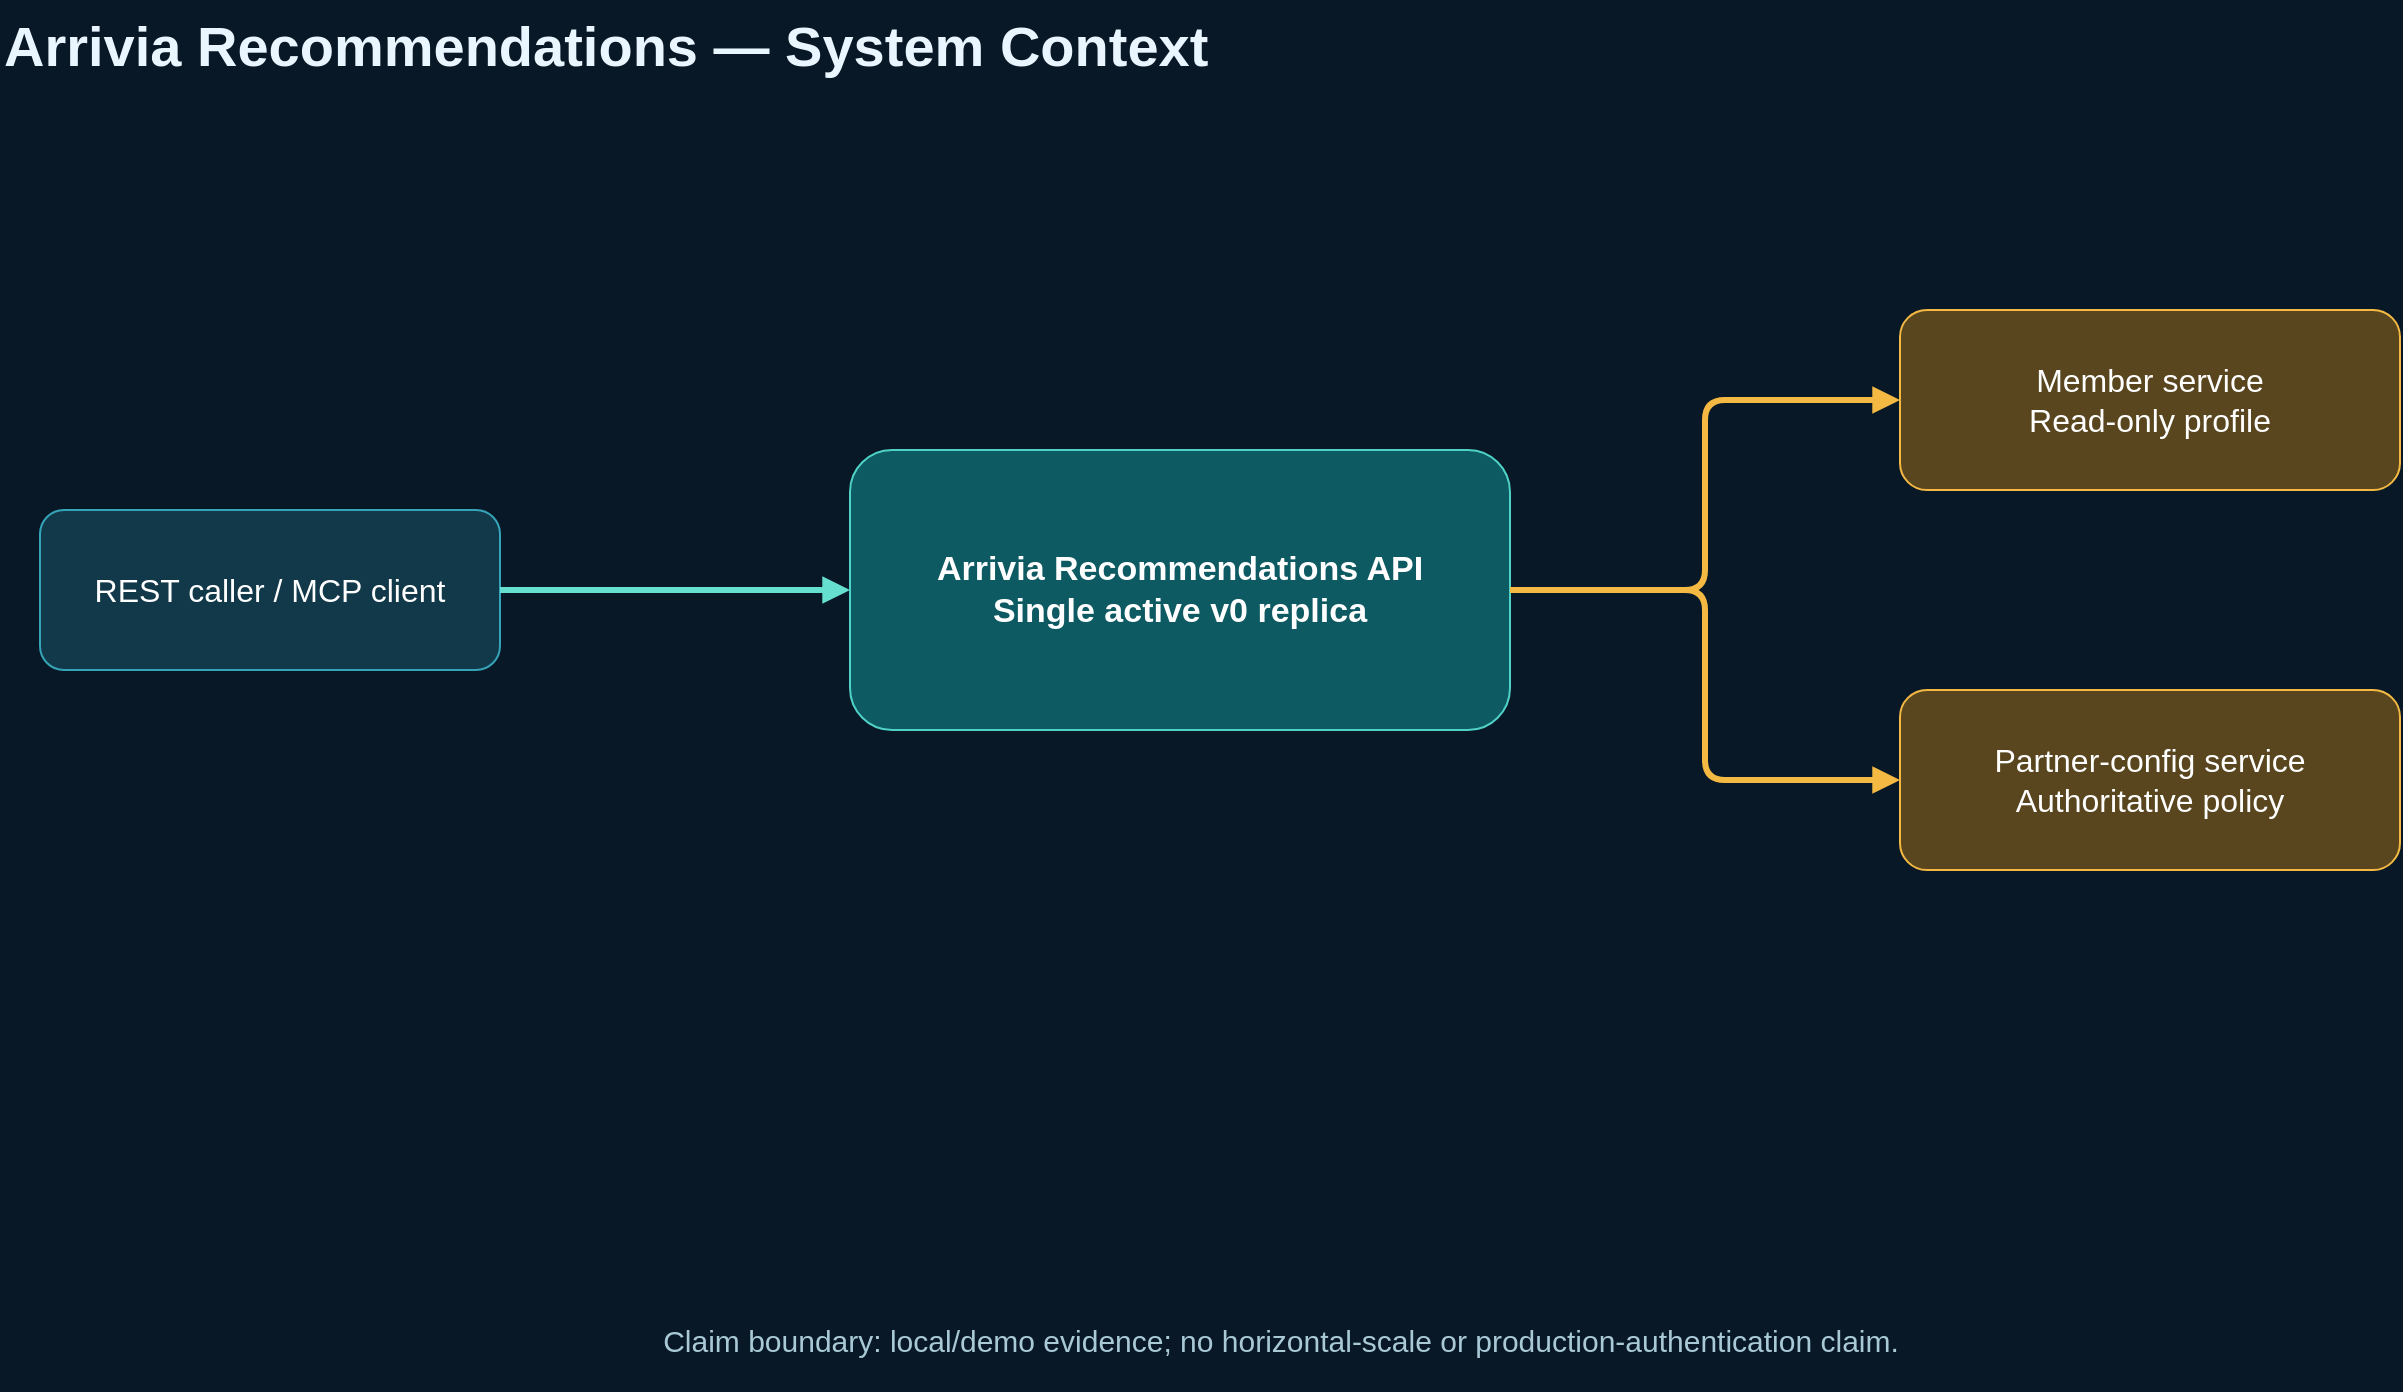
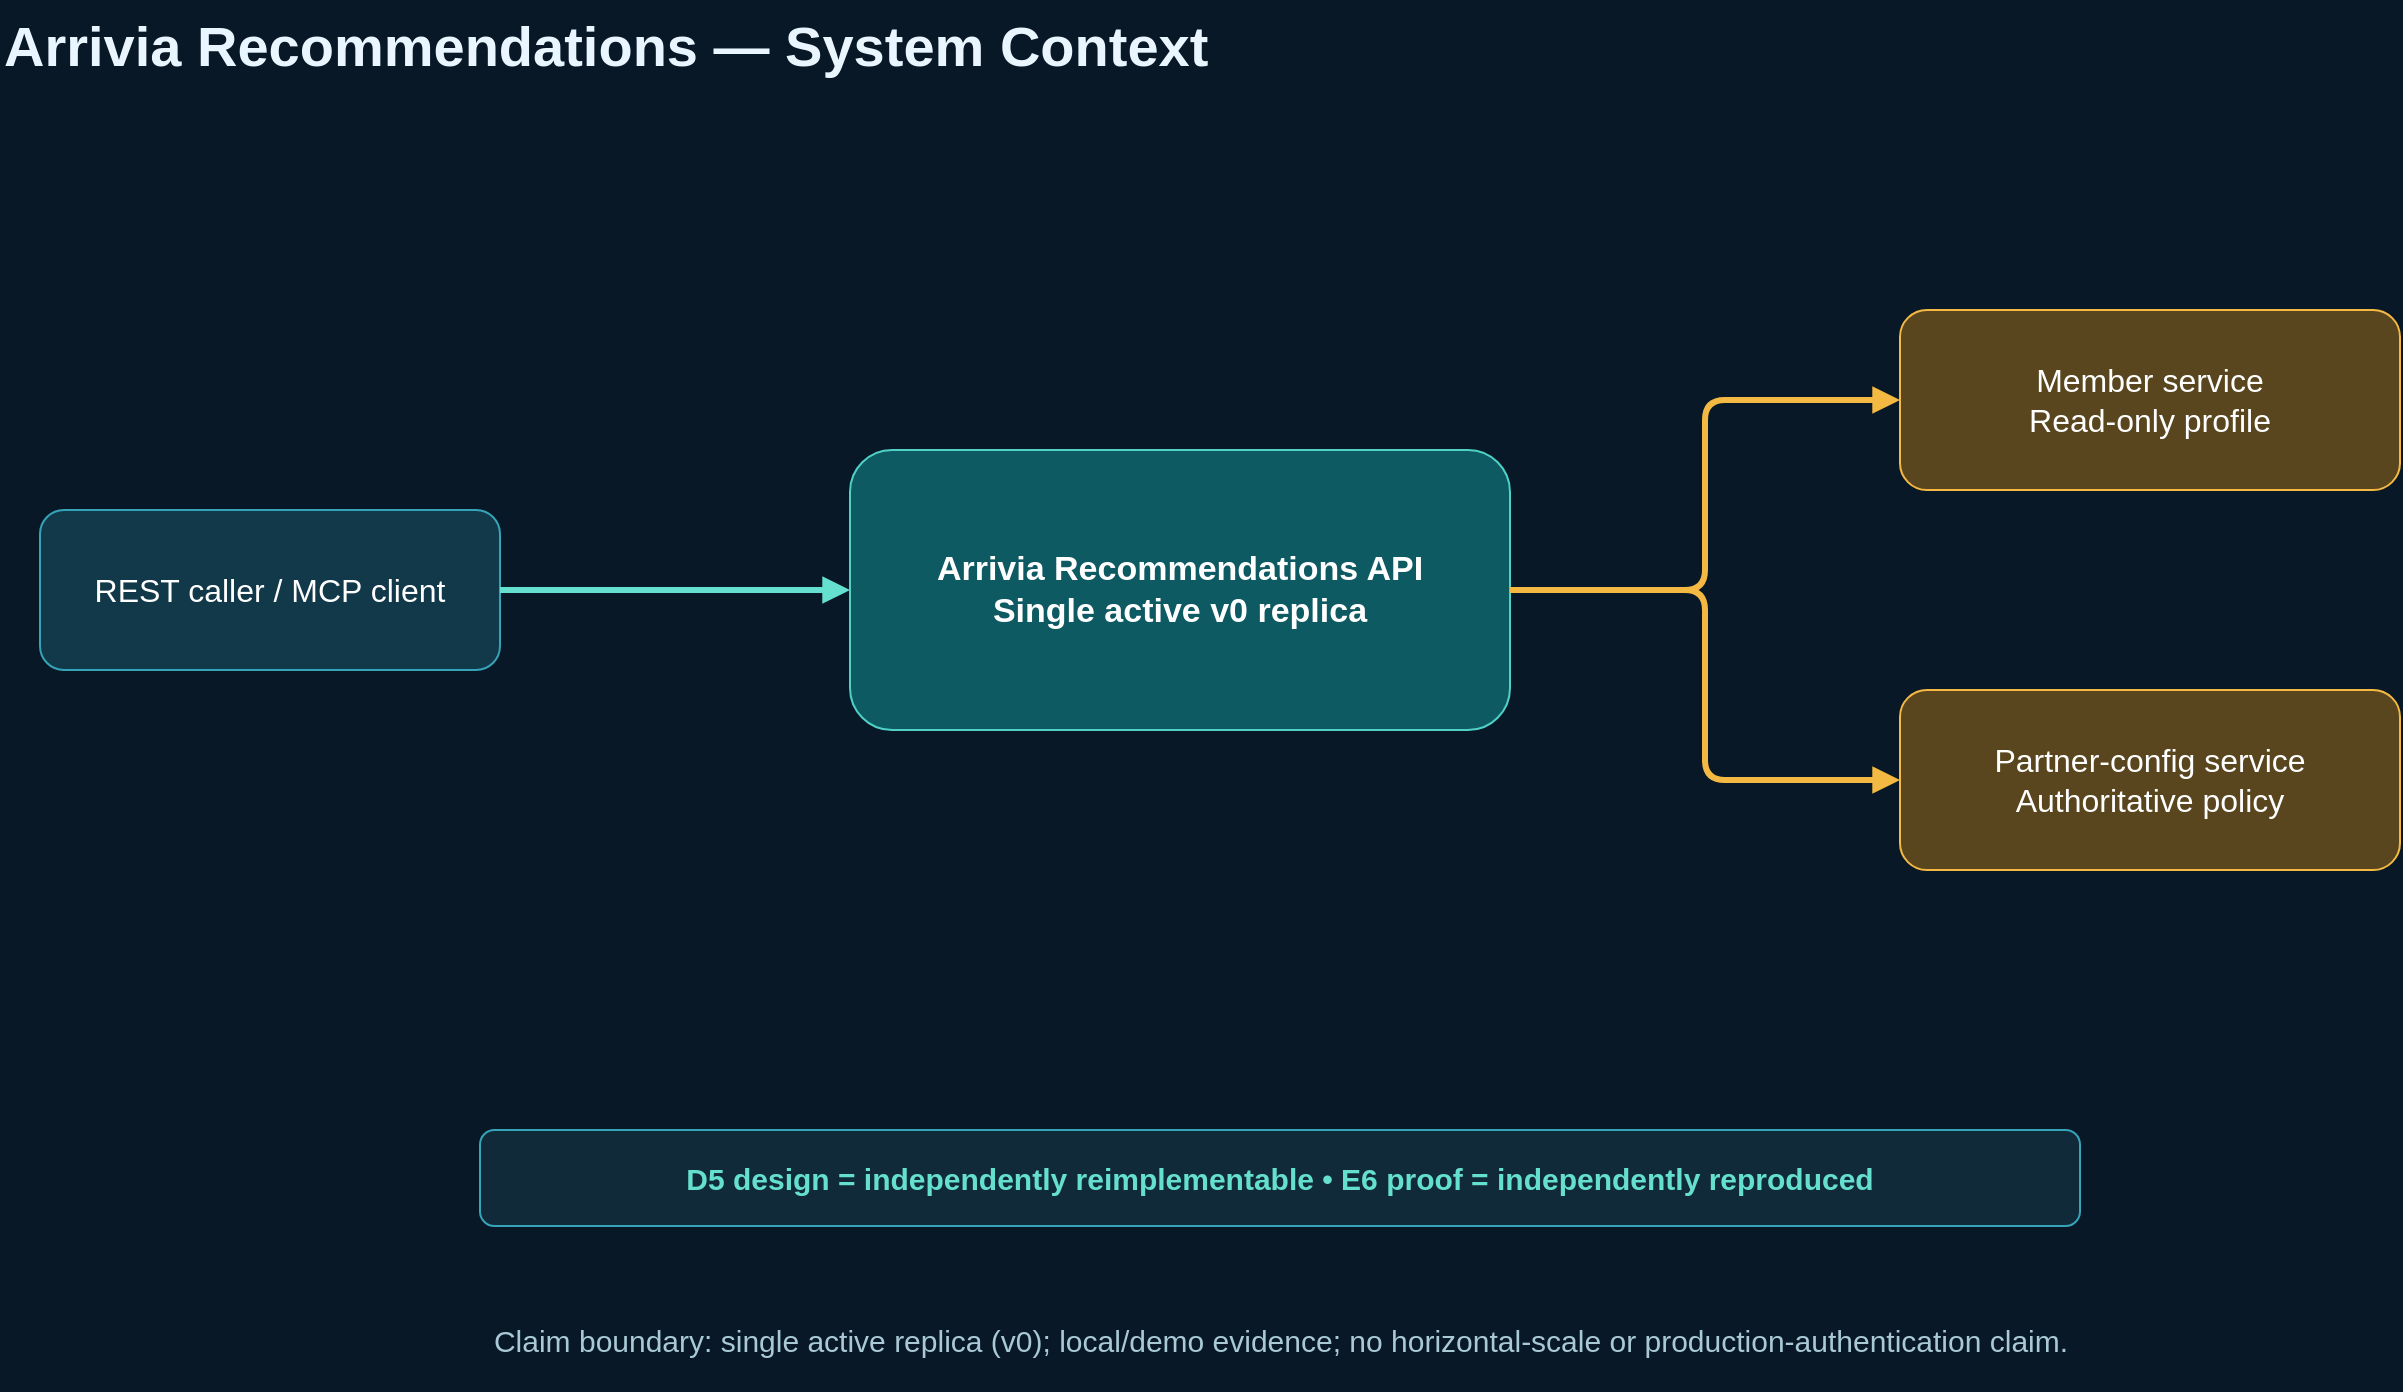
<mxfile host="app.diagrams.net" modified="2026-07-16T00:00:00.000Z" agent="Codex" version="24.7.17" type="device">
  <diagram id="context" name="1 - System Context">
    <mxGraphModel dx="1400" dy="800" grid="1" gridSize="10" page="1" pageWidth="1400" pageHeight="800" background="#081827">
      <root><mxCell id="0"/><mxCell id="1" parent="0"/>
        <mxCell id="t" value="Arrivia Recommendations — System Context" style="text;html=1;strokeColor=none;fillColor=none;fontSize=28;fontStyle=1;fontColor=#EAF6FF;" vertex="1" parent="1"><mxGeometry x="60" y="35" width="900" height="50" as="geometry"/></mxCell>
        <mxCell id="caller" value="REST caller / MCP client" style="rounded=1;whiteSpace=wrap;html=1;fillColor=#12394A;strokeColor=#36A4B8;fontColor=#FFFFFF;fontSize=16;" vertex="1" parent="1"><mxGeometry x="80" y="290" width="230" height="80" as="geometry"/></mxCell>
        <mxCell id="service" value="Arrivia Recommendations API&#xa;Single active v0 replica" style="rounded=1;whiteSpace=wrap;html=1;fillColor=#0E5A62;strokeColor=#4FD1C5;fontColor=#FFFFFF;fontSize=17;fontStyle=1;" vertex="1" parent="1"><mxGeometry x="485" y="260" width="330" height="140" as="geometry"/></mxCell>
        <mxCell id="member" value="Member service&#xa;Read-only profile" style="rounded=1;whiteSpace=wrap;html=1;fillColor=#59461E;strokeColor=#F3B943;fontColor=#FFFFFF;fontSize=16;" vertex="1" parent="1"><mxGeometry x="1010" y="190" width="250" height="90" as="geometry"/></mxCell>
        <mxCell id="partner" value="Partner-config service&#xa;Authoritative policy" style="rounded=1;whiteSpace=wrap;html=1;fillColor=#59461E;strokeColor=#F3B943;fontColor=#FFFFFF;fontSize=16;" vertex="1" parent="1"><mxGeometry x="1010" y="380" width="250" height="90" as="geometry"/></mxCell>
        <mxCell id="e1" style="edgeStyle=orthogonalEdgeStyle;html=1;strokeColor=#65E0D0;strokeWidth=3;endArrow=block;" edge="1" parent="1" source="caller" target="service"><mxGeometry relative="1" as="geometry"/></mxCell>
        <mxCell id="e2" style="edgeStyle=orthogonalEdgeStyle;html=1;strokeColor=#F3B943;strokeWidth=3;endArrow=block;" edge="1" parent="1" source="service" target="member"><mxGeometry relative="1" as="geometry"/></mxCell>
        <mxCell id="e3" style="edgeStyle=orthogonalEdgeStyle;html=1;strokeColor=#F3B943;strokeWidth=3;endArrow=block;" edge="1" parent="1" source="service" target="partner"><mxGeometry relative="1" as="geometry"/></mxCell>
-         <mxCell id="f" value="Claim boundary: local/demo evidence; no horizontal-scale or production-authentication claim." style="text;html=1;strokeColor=none;fillColor=none;fontSize=15;fontColor=#A9C9D6;align=center;" vertex="1" parent="1"><mxGeometry x="250" y="690" width="900" height="40" as="geometry"/></mxCell>
+         <mxCell id="legend" value="D5 design = independently reimplementable  •  E6 proof = independently reproduced" style="rounded=1;whiteSpace=wrap;html=1;fillColor=#102A3A;strokeColor=#36A4B8;fontColor=#65E0D0;fontSize=15;fontStyle=1;align=center;" vertex="1" parent="1"><mxGeometry x="300" y="600" width="800" height="48" as="geometry"/></mxCell>
+         <mxCell id="f" value="Claim boundary: single active replica (v0); local/demo evidence; no horizontal-scale or production-authentication claim." style="text;html=1;strokeColor=none;fillColor=none;fontSize=15;fontColor=#A9C9D6;align=center;" vertex="1" parent="1"><mxGeometry x="200" y="690" width="1000" height="40" as="geometry"/></mxCell>
      </root>
    </mxGraphModel>
  </diagram>
  <diagram id="components" name="2 - Components">
    <mxGraphModel dx="1400" dy="800" grid="1" gridSize="10" page="1" pageWidth="1400" pageHeight="800" background="#081827"><root><mxCell id="0"/><mxCell id="1" parent="0"/>
      <mxCell id="t" value="REST and MCP Converge on One Policy Engine" style="text;html=1;strokeColor=none;fillColor=none;fontSize=28;fontStyle=1;fontColor=#EAF6FF;" vertex="1" parent="1"><mxGeometry x="60" y="35" width="1000" height="50" as="geometry"/></mxCell>
      <mxCell id="rest" value="FastAPI&#xa;POST /v1/recommendations" style="rounded=1;whiteSpace=wrap;html=1;fillColor=#12394A;strokeColor=#36A4B8;fontColor=#FFFFFF;fontSize=15;" vertex="1" parent="1"><mxGeometry x="80" y="170" width="270" height="90" as="geometry"/></mxCell>
      <mxCell id="mcp" value="MCP stdio&#xa;get_travel_recommendations" style="rounded=1;whiteSpace=wrap;html=1;fillColor=#12394A;strokeColor=#36A4B8;fontColor=#FFFFFF;fontSize=15;" vertex="1" parent="1"><mxGeometry x="80" y="420" width="270" height="90" as="geometry"/></mxCell>
      <mxCell id="core" value="RecommendationService&#xa;Candidates • exclusions • caps • audit" style="rounded=1;whiteSpace=wrap;html=1;fillColor=#0E5A62;strokeColor=#4FD1C5;fontColor=#FFFFFF;fontSize=17;fontStyle=1;" vertex="1" parent="1"><mxGeometry x="500" y="270" width="360" height="150" as="geometry"/></mxCell>
      <mxCell id="up" value="Guarded upstream clients&#xa;Timeouts • circuit breakers" style="rounded=1;whiteSpace=wrap;html=1;fillColor=#59461E;strokeColor=#F3B943;fontColor=#FFFFFF;fontSize=15;" vertex="1" parent="1"><mxGeometry x="1030" y="180" width="270" height="100" as="geometry"/></mxCell>
      <mxCell id="db" value="SQLite session budget&#xa;BEGIN IMMEDIATE" style="rounded=1;whiteSpace=wrap;html=1;fillColor=#0A696D;strokeColor=#65E0D0;fontColor=#FFFFFF;fontSize=15;" vertex="1" parent="1"><mxGeometry x="1030" y="420" width="270" height="100" as="geometry"/></mxCell>
      <mxCell id="e1" style="edgeStyle=orthogonalEdgeStyle;html=1;strokeColor=#65E0D0;strokeWidth=3;endArrow=block;" edge="1" parent="1" source="rest" target="core"><mxGeometry relative="1" as="geometry"/></mxCell><mxCell id="e2" style="edgeStyle=orthogonalEdgeStyle;html=1;strokeColor=#65E0D0;strokeWidth=3;endArrow=block;" edge="1" parent="1" source="mcp" target="core"><mxGeometry relative="1" as="geometry"/></mxCell><mxCell id="e3" style="edgeStyle=orthogonalEdgeStyle;html=1;strokeColor=#F3B943;strokeWidth=3;endArrow=block;" edge="1" parent="1" source="core" target="up"><mxGeometry relative="1" as="geometry"/></mxCell><mxCell id="e4" style="edgeStyle=orthogonalEdgeStyle;html=1;strokeColor=#65E0D0;strokeWidth=3;endArrow=block;" edge="1" parent="1" source="core" target="db"><mxGeometry relative="1" as="geometry"/></mxCell>
    </root></mxGraphModel>
  </diagram>
  <diagram id="flow" name="3 - Request Flow">
    <mxGraphModel dx="1400" dy="800" grid="1" gridSize="10" page="1" pageWidth="1400" pageHeight="800" background="#081827"><root><mxCell id="0"/><mxCell id="1" parent="0"/>
      <mxCell id="t" value="Recommendation Request and Data Flow" style="text;html=1;strokeColor=none;fillColor=none;fontSize=28;fontStyle=1;fontColor=#EAF6FF;" vertex="1" parent="1"><mxGeometry x="60" y="35" width="900" height="50" as="geometry"/></mxCell>
      <mxCell id="a" value="1. Validate request" style="rounded=1;whiteSpace=wrap;html=1;fillColor=#12394A;strokeColor=#36A4B8;fontColor=#FFFFFF;fontSize=15;" vertex="1" parent="1"><mxGeometry x="70" y="280" width="180" height="80" as="geometry"/></mxCell><mxCell id="b" value="2. Read member" style="rounded=1;whiteSpace=wrap;html=1;fillColor=#59461E;strokeColor=#F3B943;fontColor=#FFFFFF;fontSize=15;" vertex="1" parent="1"><mxGeometry x="290" y="280" width="180" height="80" as="geometry"/></mxCell><mxCell id="c" value="3. Read strict policy" style="rounded=1;whiteSpace=wrap;html=1;fillColor=#59461E;strokeColor=#F3B943;fontColor=#FFFFFF;fontSize=15;" vertex="1" parent="1"><mxGeometry x="510" y="280" width="180" height="80" as="geometry"/></mxCell><mxCell id="d" value="4. Evaluate rules" style="rounded=1;whiteSpace=wrap;html=1;fillColor=#0E5A62;strokeColor=#4FD1C5;fontColor=#FFFFFF;fontSize=15;" vertex="1" parent="1"><mxGeometry x="730" y="280" width="180" height="80" as="geometry"/></mxCell><mxCell id="e" value="5. Reserve budget" style="rounded=1;whiteSpace=wrap;html=1;fillColor=#0A696D;strokeColor=#65E0D0;fontColor=#FFFFFF;fontSize=15;" vertex="1" parent="1"><mxGeometry x="950" y="280" width="180" height="80" as="geometry"/></mxCell><mxCell id="f" value="6. Return + audit" style="rounded=1;whiteSpace=wrap;html=1;fillColor=#3D354B;strokeColor=#D5A84B;fontColor=#FFFFFF;fontSize=15;" vertex="1" parent="1"><mxGeometry x="1170" y="280" width="180" height="80" as="geometry"/></mxCell>
      <mxCell id="e1" style="edgeStyle=orthogonalEdgeStyle;html=1;strokeColor=#65E0D0;strokeWidth=3;endArrow=block;" edge="1" parent="1" source="a" target="b"><mxGeometry relative="1" as="geometry"/></mxCell><mxCell id="e2" style="edgeStyle=orthogonalEdgeStyle;html=1;strokeColor=#65E0D0;strokeWidth=3;endArrow=block;" edge="1" parent="1" source="b" target="c"><mxGeometry relative="1" as="geometry"/></mxCell><mxCell id="e3" style="edgeStyle=orthogonalEdgeStyle;html=1;strokeColor=#65E0D0;strokeWidth=3;endArrow=block;" edge="1" parent="1" source="c" target="d"><mxGeometry relative="1" as="geometry"/></mxCell><mxCell id="e4" style="edgeStyle=orthogonalEdgeStyle;html=1;strokeColor=#65E0D0;strokeWidth=3;endArrow=block;" edge="1" parent="1" source="d" target="e"><mxGeometry relative="1" as="geometry"/></mxCell><mxCell id="e5" style="edgeStyle=orthogonalEdgeStyle;html=1;strokeColor=#65E0D0;strokeWidth=3;endArrow=block;" edge="1" parent="1" source="e" target="f"><mxGeometry relative="1" as="geometry"/></mxCell>
    </root></mxGraphModel>
  </diagram>
  <diagram id="trust" name="4 - Trust Boundaries">
    <mxGraphModel dx="1400" dy="800" grid="1" gridSize="10" page="1" pageWidth="1400" pageHeight="800" background="#081827"><root><mxCell id="0"/><mxCell id="1" parent="0"/>
      <mxCell id="t" value="Identity, Tenant, and Trust Boundaries" style="text;html=1;strokeColor=none;fillColor=none;fontSize=28;fontStyle=1;fontColor=#EAF6FF;" vertex="1" parent="1"><mxGeometry x="60" y="35" width="900" height="50" as="geometry"/></mxCell>
      <mxCell id="outer" value="Internal evaluation environment — production authentication deferred" style="swimlane;html=1;rounded=1;startSize=32;fillColor=#102A3A;swimlaneFillColor=#0B2030;strokeColor=#2A6F83;fontColor=#8ECFE0;fontStyle=1;fontSize=13;" vertex="1" parent="1"><mxGeometry x="70" y="120" width="1260" height="560" as="geometry"/></mxCell>
      <mxCell id="input" value="Untrusted request input&#xa;Validated by Pydantic" style="rounded=1;whiteSpace=wrap;html=1;fillColor=#59461E;strokeColor=#F3B943;fontColor=#FFFFFF;fontSize=15;" vertex="1" parent="1"><mxGeometry x="130" y="300" width="240" height="100" as="geometry"/></mxCell><mxCell id="tenant" value="Tenant boundary&#xa;partner_id resolved from member&#xa;never caller-selected" style="rounded=1;whiteSpace=wrap;html=1;fillColor=#0E5A62;strokeColor=#4FD1C5;fontColor=#FFFFFF;fontSize=15;" vertex="1" parent="1"><mxGeometry x="550" y="280" width="300" height="140" as="geometry"/></mxCell><mxCell id="logs" value="Operational metadata&#xa;hashed member/session IDs&#xa;no raw upstream bodies" style="rounded=1;whiteSpace=wrap;html=1;fillColor=#0A696D;strokeColor=#65E0D0;fontColor=#FFFFFF;fontSize=15;" vertex="1" parent="1"><mxGeometry x="1030" y="280" width="250" height="140" as="geometry"/></mxCell>
      <mxCell id="e1" style="edgeStyle=orthogonalEdgeStyle;html=1;strokeColor=#65E0D0;strokeWidth=3;endArrow=block;" edge="1" parent="1" source="input" target="tenant"><mxGeometry relative="1" as="geometry"/></mxCell><mxCell id="e2" style="edgeStyle=orthogonalEdgeStyle;html=1;strokeColor=#65E0D0;strokeWidth=3;endArrow=block;" edge="1" parent="1" source="tenant" target="logs"><mxGeometry relative="1" as="geometry"/></mxCell>
    </root></mxGraphModel>
  </diagram>
  <diagram id="delivery" name="5 - Delivery and Orchestration">
    <mxGraphModel dx="1400" dy="800" grid="1" gridSize="10" page="1" pageWidth="1400" pageHeight="800" background="#081827"><root><mxCell id="0"/><mxCell id="1" parent="0"/>
      <mxCell id="t" value="Source-to-Container Delivery, Orchestration, and Evidence" style="text;html=1;strokeColor=none;fillColor=none;fontSize=28;fontStyle=1;fontColor=#EAF6FF;" vertex="1" parent="1"><mxGeometry x="60" y="35" width="1100" height="50" as="geometry"/></mxCell>
      <mxCell id="a" value="Frozen source SHA&#xa;+ dependency locks" style="rounded=1;whiteSpace=wrap;html=1;fillColor=#12394A;strokeColor=#36A4B8;fontColor=#FFFFFF;fontSize=14;" vertex="1" parent="1"><mxGeometry x="45" y="280" width="180" height="100" as="geometry"/></mxCell><mxCell id="b" value="Read-only council&#xa;conflict discovery" style="rounded=1;whiteSpace=wrap;html=1;fillColor=#59461E;strokeColor=#F3B943;fontColor=#FFFFFF;fontSize=14;" vertex="1" parent="1"><mxGeometry x="270" y="280" width="180" height="100" as="geometry"/></mxCell><mxCell id="c" value="Lead-only writer&#xa;serialized resolution" style="rounded=1;whiteSpace=wrap;html=1;fillColor=#0E5A62;strokeColor=#4FD1C5;fontColor=#FFFFFF;fontSize=14;fontStyle=1;" vertex="1" parent="1"><mxGeometry x="495" y="280" width="180" height="100" as="geometry"/></mxCell><mxCell id="d" value="Tests + audit + SBOM&#xa;offline bootstrap proof" style="rounded=1;whiteSpace=wrap;html=1;fillColor=#12394A;strokeColor=#36A4B8;fontColor=#FFFFFF;fontSize=14;" vertex="1" parent="1"><mxGeometry x="720" y="280" width="180" height="100" as="geometry"/></mxCell><mxCell id="e" value="Immutable image digest&#xa;single active replica" style="rounded=1;whiteSpace=wrap;html=1;fillColor=#0A696D;strokeColor=#65E0D0;fontColor=#FFFFFF;fontSize=14;" vertex="1" parent="1"><mxGeometry x="945" y="280" width="180" height="100" as="geometry"/></mxCell><mxCell id="f" value="Merge commit +&#xa;candidate-bound evidence" style="rounded=1;whiteSpace=wrap;html=1;fillColor=#3D354B;strokeColor=#D5A84B;fontColor=#FFFFFF;fontSize=14;" vertex="1" parent="1"><mxGeometry x="1170" y="280" width="180" height="100" as="geometry"/></mxCell>
      <mxCell id="note" value="Council findings are advisory. The lead owns every write; subagents cannot self-certify D5/E6. PR #2 preserved the reviewed runtime and image identity." style="text;html=1;strokeColor=none;fillColor=none;fontSize=15;fontColor=#A9C9D6;align=center;" vertex="1" parent="1"><mxGeometry x="180" y="500" width="1040" height="60" as="geometry"/></mxCell>
      <mxCell id="e1" style="edgeStyle=orthogonalEdgeStyle;html=1;strokeColor=#65E0D0;strokeWidth=3;endArrow=block;" edge="1" parent="1" source="a" target="b"><mxGeometry relative="1" as="geometry"/></mxCell><mxCell id="e2" style="edgeStyle=orthogonalEdgeStyle;html=1;strokeColor=#65E0D0;strokeWidth=3;endArrow=block;" edge="1" parent="1" source="b" target="c"><mxGeometry relative="1" as="geometry"/></mxCell><mxCell id="e3" style="edgeStyle=orthogonalEdgeStyle;html=1;strokeColor=#65E0D0;strokeWidth=3;endArrow=block;" edge="1" parent="1" source="c" target="d"><mxGeometry relative="1" as="geometry"/></mxCell><mxCell id="e4" style="edgeStyle=orthogonalEdgeStyle;html=1;strokeColor=#65E0D0;strokeWidth=3;endArrow=block;" edge="1" parent="1" source="d" target="e"><mxGeometry relative="1" as="geometry"/></mxCell><mxCell id="e5" style="edgeStyle=orthogonalEdgeStyle;html=1;strokeColor=#65E0D0;strokeWidth=3;endArrow=block;" edge="1" parent="1" source="e" target="f"><mxGeometry relative="1" as="geometry"/></mxCell>
    </root></mxGraphModel>
  </diagram>
  <diagram id="recovery" name="6 - Failure and Recovery">
    <mxGraphModel dx="1400" dy="800" grid="1" gridSize="10" page="1" pageWidth="1400" pageHeight="800" background="#081827"><root><mxCell id="0"/><mxCell id="1" parent="0"/>
      <mxCell id="t" value="Dependency Failure, Circuit Opening, and Rollback" style="text;html=1;strokeColor=none;fillColor=none;fontSize=28;fontStyle=1;fontColor=#EAF6FF;" vertex="1" parent="1"><mxGeometry x="60" y="35" width="1000" height="50" as="geometry"/></mxCell>
      <mxCell id="a" value="Timeout / 429 / 5xx / invalid payload" style="rounded=1;whiteSpace=wrap;html=1;fillColor=#59461E;strokeColor=#F3B943;fontColor=#FFFFFF;fontSize=15;" vertex="1" parent="1"><mxGeometry x="80" y="270" width="240" height="100" as="geometry"/></mxCell><mxCell id="b" value="3 consecutive failures&#xa;Circuit OPEN" style="rounded=1;whiteSpace=wrap;html=1;fillColor=#7A302E;strokeColor=#FF7B72;fontColor=#FFFFFF;fontSize=16;fontStyle=1;" vertex="1" parent="1"><mxGeometry x="390" y="270" width="220" height="100" as="geometry"/></mxCell><mxCell id="c" value="Fail fast 502&#xa;No invented policy" style="rounded=1;whiteSpace=wrap;html=1;fillColor=#59461E;strokeColor=#F3B943;fontColor=#FFFFFF;fontSize=15;" vertex="1" parent="1"><mxGeometry x="680" y="270" width="220" height="100" as="geometry"/></mxCell><mxCell id="d" value="30s then one half-open probe" style="rounded=1;whiteSpace=wrap;html=1;fillColor=#0A696D;strokeColor=#65E0D0;fontColor=#FFFFFF;fontSize=15;" vertex="1" parent="1"><mxGeometry x="970" y="270" width="220" height="100" as="geometry"/></mxCell><mxCell id="e" value="Success closes circuit&#xa;Failure reopens" style="rounded=1;whiteSpace=wrap;html=1;fillColor=#0E5A62;strokeColor=#4FD1C5;fontColor=#FFFFFF;fontSize=15;" vertex="1" parent="1"><mxGeometry x="970" y="470" width="220" height="100" as="geometry"/></mxCell><mxCell id="rollback" value="Bad deployment: stop one replica → preserve .data → select prior digest → verify business behavior" style="rounded=1;whiteSpace=wrap;html=1;fillColor=#3D354B;strokeColor=#D5A84B;fontColor=#FFFFFF;fontSize=15;" vertex="1" parent="1"><mxGeometry x="270" y="520" width="560" height="100" as="geometry"/></mxCell>
      <mxCell id="e1" style="edgeStyle=orthogonalEdgeStyle;html=1;strokeColor=#F3B943;strokeWidth=3;endArrow=block;" edge="1" parent="1" source="a" target="b"><mxGeometry relative="1" as="geometry"/></mxCell><mxCell id="e2" style="edgeStyle=orthogonalEdgeStyle;html=1;strokeColor=#F3B943;strokeWidth=3;endArrow=block;" edge="1" parent="1" source="b" target="c"><mxGeometry relative="1" as="geometry"/></mxCell><mxCell id="e3" style="edgeStyle=orthogonalEdgeStyle;html=1;strokeColor=#65E0D0;strokeWidth=3;endArrow=block;" edge="1" parent="1" source="c" target="d"><mxGeometry relative="1" as="geometry"/></mxCell><mxCell id="e4" style="edgeStyle=orthogonalEdgeStyle;html=1;strokeColor=#65E0D0;strokeWidth=3;endArrow=block;" edge="1" parent="1" source="d" target="e"><mxGeometry relative="1" as="geometry"/></mxCell><mxCell id="e5" style="edgeStyle=orthogonalEdgeStyle;html=1;strokeColor=#D5A84B;strokeWidth=3;endArrow=block;" edge="1" parent="1" source="c" target="rollback"><mxGeometry relative="1" as="geometry"/></mxCell>
    </root></mxGraphModel>
  </diagram>
</mxfile>
